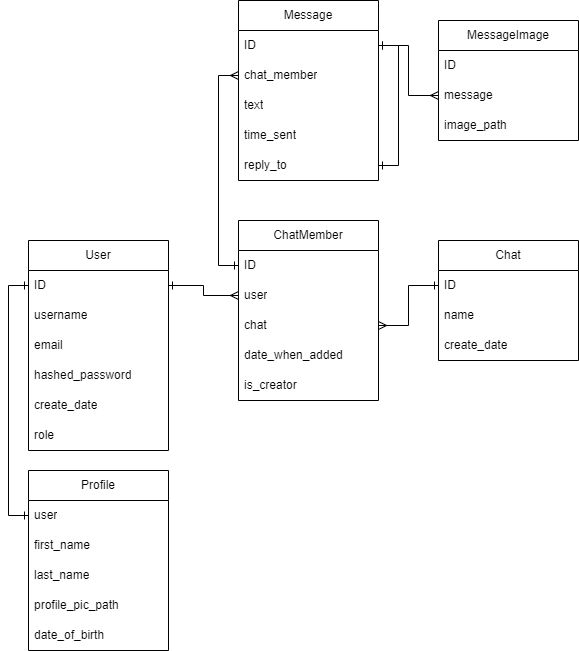
Before: docs/db.png, a diagram exported from draw.io (maciej185/chats). Source tidied: cells renumbered, new cells last; positions are measured from the earlier drawing's top-left corner, leaving out a move shared by most shapes. Source of this version:
```xml
<mxGraphModel background="#ffffff">
  <root>
    <mxCell id="0" />
    <mxCell id="1" parent="0" />
    <mxCell id="2" value="User" style="swimlane;fontStyle=0;horizontal=1;startSize=30;whiteSpace=wrap;html=1;" parent="1" vertex="1">
      <mxGeometry y="240" width="140" height="210" as="geometry" />
    </mxCell>
    <mxCell id="3" value="ID" style="text;strokeColor=none;fillColor=none;align=left;verticalAlign=middle;spacingLeft=4;spacingRight=4;overflow=hidden;points=[[0,0.5],[1,0.5]];portConstraint=eastwest;whiteSpace=wrap;html=1;" parent="2" vertex="1">
      <mxGeometry y="30" width="140" height="30" as="geometry" />
    </mxCell>
    <mxCell id="4" value="username" style="text;strokeColor=none;fillColor=none;align=left;verticalAlign=middle;spacingLeft=4;spacingRight=4;overflow=hidden;whiteSpace=wrap;html=1;" parent="2" vertex="1">
      <mxGeometry y="60" width="140" height="30" as="geometry" />
    </mxCell>
    <mxCell id="5" value="email" style="text;strokeColor=none;fillColor=none;align=left;verticalAlign=middle;spacingLeft=4;spacingRight=4;overflow=hidden;whiteSpace=wrap;html=1;" parent="2" vertex="1">
      <mxGeometry y="90" width="140" height="30" as="geometry" />
    </mxCell>
    <mxCell id="6" value="hashed_password" style="text;strokeColor=none;fillColor=none;align=left;verticalAlign=middle;spacingLeft=4;spacingRight=4;overflow=hidden;whiteSpace=wrap;html=1;" parent="2" vertex="1">
      <mxGeometry y="120" width="140" height="30" as="geometry" />
    </mxCell>
    <mxCell id="7" value="create_date" style="text;strokeColor=none;fillColor=none;align=left;verticalAlign=middle;spacingLeft=4;spacingRight=4;overflow=hidden;whiteSpace=wrap;html=1;" parent="2" vertex="1">
      <mxGeometry y="150" width="140" height="30" as="geometry" />
    </mxCell>
    <mxCell id="8" value="role" style="text;strokeColor=none;fillColor=none;align=left;verticalAlign=middle;spacingLeft=4;spacingRight=4;overflow=hidden;whiteSpace=wrap;html=1;" parent="2" vertex="1">
      <mxGeometry y="180" width="140" height="30" as="geometry" />
    </mxCell>
    <mxCell id="9" value="Profile" style="swimlane;fontStyle=0;horizontal=1;startSize=30;whiteSpace=wrap;html=1;" parent="1" vertex="1">
      <mxGeometry y="470" width="140" height="180" as="geometry" />
    </mxCell>
    <mxCell id="10" value="user" style="text;strokeColor=none;fillColor=none;align=left;verticalAlign=middle;spacingLeft=4;spacingRight=4;overflow=hidden;points=[[0,0.5],[1,0.5]];portConstraint=eastwest;whiteSpace=wrap;html=1;" parent="9" vertex="1">
      <mxGeometry y="30" width="140" height="30" as="geometry" />
    </mxCell>
    <mxCell id="11" value="first_name" style="text;strokeColor=none;fillColor=none;align=left;verticalAlign=middle;spacingLeft=4;spacingRight=4;overflow=hidden;whiteSpace=wrap;html=1;" parent="9" vertex="1">
      <mxGeometry y="60" width="140" height="30" as="geometry" />
    </mxCell>
    <mxCell id="12" value="last_name" style="text;strokeColor=none;fillColor=none;align=left;verticalAlign=middle;spacingLeft=4;spacingRight=4;overflow=hidden;whiteSpace=wrap;html=1;" parent="9" vertex="1">
      <mxGeometry y="90" width="140" height="30" as="geometry" />
    </mxCell>
    <mxCell id="13" value="profile_pic_path" style="text;strokeColor=none;fillColor=none;align=left;verticalAlign=middle;spacingLeft=4;spacingRight=4;overflow=hidden;whiteSpace=wrap;html=1;" parent="9" vertex="1">
      <mxGeometry y="120" width="140" height="30" as="geometry" />
    </mxCell>
    <mxCell id="14" value="date_of_birth" style="text;strokeColor=none;fillColor=none;align=left;verticalAlign=middle;spacingLeft=4;spacingRight=4;overflow=hidden;whiteSpace=wrap;html=1;" parent="9" vertex="1">
      <mxGeometry y="150" width="140" height="30" as="geometry" />
    </mxCell>
    <mxCell id="15" style="edgeStyle=orthogonalEdgeStyle;rounded=0;jettySize=auto;html=1;exitX=0;exitY=0.5;exitDx=0;exitDy=0;entryX=0;entryY=0.5;entryDx=0;entryDy=0;startArrow=ERone;startFill=0;endArrow=ERone;endFill=0;" parent="1" edge="1" source="3" target="10">
      <mxGeometry relative="1" as="geometry" />
    </mxCell>
    <mxCell id="16" value="Chat" style="swimlane;fontStyle=0;horizontal=1;startSize=30;whiteSpace=wrap;html=1;" parent="1" vertex="1">
      <mxGeometry x="410" y="240" width="140" height="120" as="geometry" />
    </mxCell>
    <mxCell id="17" value="ID" style="text;strokeColor=none;fillColor=none;align=left;verticalAlign=middle;spacingLeft=4;spacingRight=4;overflow=hidden;points=[[0,0.5],[1,0.5]];portConstraint=eastwest;whiteSpace=wrap;html=1;" parent="16" vertex="1">
      <mxGeometry y="30" width="140" height="30" as="geometry" />
    </mxCell>
    <mxCell id="18" value="name" style="text;strokeColor=none;fillColor=none;align=left;verticalAlign=middle;spacingLeft=4;spacingRight=4;overflow=hidden;whiteSpace=wrap;html=1;" parent="16" vertex="1">
      <mxGeometry y="60" width="140" height="30" as="geometry" />
    </mxCell>
    <mxCell id="19" value="&lt;div&gt;&lt;span style=&quot;background-color: initial;&quot;&gt;create_date&lt;/span&gt;&lt;br&gt;&lt;/div&gt;" style="text;strokeColor=none;fillColor=none;align=left;verticalAlign=middle;spacingLeft=4;spacingRight=4;overflow=hidden;whiteSpace=wrap;html=1;" parent="16" vertex="1">
      <mxGeometry y="90" width="140" height="30" as="geometry" />
    </mxCell>
    <mxCell id="20" style="edgeStyle=orthogonalEdgeStyle;rounded=0;jettySize=auto;html=1;exitX=0;exitY=0.25;exitDx=0;exitDy=0;entryX=0;entryY=0.5;entryDx=0;entryDy=0;startArrow=ERone;startFill=0;endArrow=ERmany;endFill=0;" parent="1" edge="1" source="21" target="31">
      <mxGeometry relative="1" as="geometry" />
    </mxCell>
    <mxCell id="21" value="ChatMember" style="swimlane;fontStyle=0;horizontal=1;startSize=30;whiteSpace=wrap;html=1;" parent="1" vertex="1">
      <mxGeometry x="210" y="220" width="140" height="180" as="geometry" />
    </mxCell>
    <mxCell id="22" value="ID" style="text;strokeColor=none;fillColor=none;align=left;verticalAlign=middle;spacingLeft=4;spacingRight=4;overflow=hidden;whiteSpace=wrap;html=1;" parent="21" vertex="1">
      <mxGeometry y="30" width="140" height="30" as="geometry" />
    </mxCell>
    <mxCell id="23" value="user" style="text;strokeColor=none;fillColor=none;align=left;verticalAlign=middle;spacingLeft=4;spacingRight=4;overflow=hidden;points=[[0,0.5],[1,0.5]];portConstraint=eastwest;whiteSpace=wrap;html=1;" parent="21" vertex="1">
      <mxGeometry y="60" width="140" height="30" as="geometry" />
    </mxCell>
    <mxCell id="24" value="chat" style="text;strokeColor=none;fillColor=none;align=left;verticalAlign=middle;spacingLeft=4;spacingRight=4;overflow=hidden;points=[[0,0.5],[1,0.5]];portConstraint=eastwest;whiteSpace=wrap;html=1;" parent="21" vertex="1">
      <mxGeometry y="90" width="140" height="30" as="geometry" />
    </mxCell>
    <mxCell id="25" value="date_when_added" style="text;strokeColor=none;fillColor=none;align=left;verticalAlign=middle;spacingLeft=4;spacingRight=4;overflow=hidden;whiteSpace=wrap;html=1;" parent="21" vertex="1">
      <mxGeometry y="120" width="140" height="30" as="geometry" />
    </mxCell>
    <mxCell id="26" value="is_creator" style="text;strokeColor=none;fillColor=none;align=left;verticalAlign=middle;spacingLeft=4;spacingRight=4;overflow=hidden;whiteSpace=wrap;html=1;" parent="21" vertex="1">
      <mxGeometry y="150" width="140" height="30" as="geometry" />
    </mxCell>
    <mxCell id="27" style="edgeStyle=orthogonalEdgeStyle;rounded=0;jettySize=auto;html=1;exitX=1;exitY=0.5;exitDx=0;exitDy=0;entryX=0;entryY=0.5;entryDx=0;entryDy=0;startArrow=ERone;startFill=0;endArrow=ERmany;endFill=0;" parent="1" edge="1" source="3" target="23">
      <mxGeometry relative="1" as="geometry" />
    </mxCell>
    <mxCell id="28" style="edgeStyle=orthogonalEdgeStyle;rounded=0;jettySize=auto;html=1;exitX=0;exitY=0.5;exitDx=0;exitDy=0;entryX=1;entryY=0.5;entryDx=0;entryDy=0;startArrow=ERone;startFill=0;endArrow=ERmany;endFill=0;" parent="1" edge="1" source="17" target="24">
      <mxGeometry relative="1" as="geometry" />
    </mxCell>
    <mxCell id="29" value="Message" style="swimlane;fontStyle=0;horizontal=1;startSize=30;whiteSpace=wrap;html=1;" parent="1" vertex="1">
      <mxGeometry x="210" width="140" height="180" as="geometry" />
    </mxCell>
    <mxCell id="30" value="ID" style="text;strokeColor=none;fillColor=none;align=left;verticalAlign=middle;spacingLeft=4;spacingRight=4;overflow=hidden;points=[[0,0.5],[1,0.5]];portConstraint=eastwest;whiteSpace=wrap;html=1;" parent="29" vertex="1">
      <mxGeometry y="30" width="140" height="30" as="geometry" />
    </mxCell>
    <mxCell id="31" value="chat_member" style="text;strokeColor=none;fillColor=none;align=left;verticalAlign=middle;spacingLeft=4;spacingRight=4;overflow=hidden;points=[[0,0.5],[1,0.5]];portConstraint=eastwest;whiteSpace=wrap;html=1;" parent="29" vertex="1">
      <mxGeometry y="60" width="140" height="30" as="geometry" />
    </mxCell>
    <mxCell id="32" value="text" style="text;strokeColor=none;fillColor=none;align=left;verticalAlign=middle;spacingLeft=4;spacingRight=4;overflow=hidden;whiteSpace=wrap;html=1;" parent="29" vertex="1">
      <mxGeometry y="90" width="140" height="30" as="geometry" />
    </mxCell>
    <mxCell id="33" value="time_sent" style="text;strokeColor=none;fillColor=none;align=left;verticalAlign=middle;spacingLeft=4;spacingRight=4;overflow=hidden;whiteSpace=wrap;html=1;" parent="29" vertex="1">
      <mxGeometry y="120" width="140" height="30" as="geometry" />
    </mxCell>
    <mxCell id="34" style="edgeStyle=orthogonalEdgeStyle;rounded=0;jettySize=auto;html=1;exitX=1;exitY=0.5;exitDx=0;exitDy=0;entryX=1;entryY=0.5;entryDx=0;entryDy=0;startArrow=ERone;startFill=0;endArrow=ERone;endFill=0;" parent="29" edge="1" source="35" target="30">
      <mxGeometry relative="1" as="geometry" />
    </mxCell>
    <mxCell id="35" value="reply_to" style="text;strokeColor=none;fillColor=none;align=left;verticalAlign=middle;spacingLeft=4;spacingRight=4;overflow=hidden;points=[[0,0.5],[1,0.5]];portConstraint=eastwest;whiteSpace=wrap;html=1;" parent="29" vertex="1">
      <mxGeometry y="150" width="140" height="30" as="geometry" />
    </mxCell>
    <mxCell id="36" value="MessageImage" style="swimlane;fontStyle=0;horizontal=1;startSize=30;whiteSpace=wrap;html=1;" parent="1" vertex="1">
      <mxGeometry x="410" y="20" width="140" height="120" as="geometry" />
    </mxCell>
    <mxCell id="37" value="ID" style="text;strokeColor=none;fillColor=none;align=left;verticalAlign=middle;spacingLeft=4;spacingRight=4;overflow=hidden;whiteSpace=wrap;html=1;" parent="36" vertex="1">
      <mxGeometry y="30" width="140" height="30" as="geometry" />
    </mxCell>
    <mxCell id="38" value="message" style="text;strokeColor=none;fillColor=none;align=left;verticalAlign=middle;spacingLeft=4;spacingRight=4;overflow=hidden;points=[[0,0.5],[1,0.5]];portConstraint=eastwest;whiteSpace=wrap;html=1;" parent="36" vertex="1">
      <mxGeometry y="60" width="140" height="30" as="geometry" />
    </mxCell>
    <mxCell id="39" value="image_path" style="text;strokeColor=none;fillColor=none;align=left;verticalAlign=middle;spacingLeft=4;spacingRight=4;overflow=hidden;whiteSpace=wrap;html=1;" parent="36" vertex="1">
      <mxGeometry y="90" width="140" height="30" as="geometry" />
    </mxCell>
    <mxCell id="40" style="edgeStyle=orthogonalEdgeStyle;rounded=0;jettySize=auto;html=1;exitX=1;exitY=0.5;exitDx=0;exitDy=0;entryX=0;entryY=0.5;entryDx=0;entryDy=0;startArrow=ERone;startFill=0;endArrow=ERmany;endFill=0;" parent="1" edge="1" source="30" target="38">
      <mxGeometry relative="1" as="geometry" />
    </mxCell>
  </root>
</mxGraphModel>
```
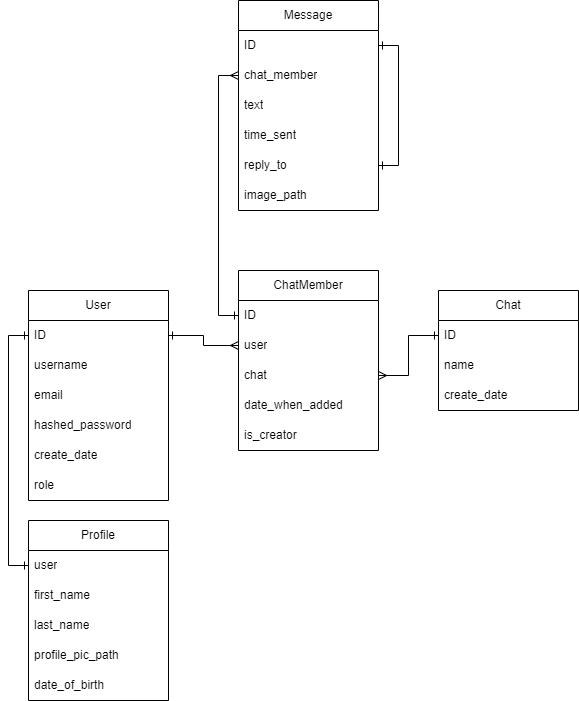
After the commit.

Commit message:
Change the DB schema - delete message_images table, add image_path column to images table. Adjust pydantic models and CRUD operartions.

Diff of the diagram source:
```diff
@@ -84,7 +84,7 @@
       <mxGeometry relative="1" as="geometry" />
     </mxCell>
     <mxCell id="29" value="Message" style="swimlane;fontStyle=0;horizontal=1;startSize=30;whiteSpace=wrap;html=1;" parent="1" vertex="1">
-      <mxGeometry x="210" width="140" height="180" as="geometry" />
+      <mxGeometry x="210" y="-50" width="140" height="210" as="geometry" />
     </mxCell>
     <mxCell id="30" value="ID" style="text;strokeColor=none;fillColor=none;align=left;verticalAlign=middle;spacingLeft=4;spacingRight=4;overflow=hidden;points=[[0,0.5],[1,0.5]];portConstraint=eastwest;whiteSpace=wrap;html=1;" parent="29" vertex="1">
       <mxGeometry y="30" width="140" height="30" as="geometry" />
@@ -104,20 +104,8 @@
     <mxCell id="35" value="reply_to" style="text;strokeColor=none;fillColor=none;align=left;verticalAlign=middle;spacingLeft=4;spacingRight=4;overflow=hidden;points=[[0,0.5],[1,0.5]];portConstraint=eastwest;whiteSpace=wrap;html=1;" parent="29" vertex="1">
       <mxGeometry y="150" width="140" height="30" as="geometry" />
     </mxCell>
-    <mxCell id="36" value="MessageImage" style="swimlane;fontStyle=0;horizontal=1;startSize=30;whiteSpace=wrap;html=1;" parent="1" vertex="1">
-      <mxGeometry x="410" y="20" width="140" height="120" as="geometry" />
-    </mxCell>
-    <mxCell id="37" value="ID" style="text;strokeColor=none;fillColor=none;align=left;verticalAlign=middle;spacingLeft=4;spacingRight=4;overflow=hidden;whiteSpace=wrap;html=1;" parent="36" vertex="1">
-      <mxGeometry y="30" width="140" height="30" as="geometry" />
-    </mxCell>
-    <mxCell id="38" value="message" style="text;strokeColor=none;fillColor=none;align=left;verticalAlign=middle;spacingLeft=4;spacingRight=4;overflow=hidden;points=[[0,0.5],[1,0.5]];portConstraint=eastwest;whiteSpace=wrap;html=1;" parent="36" vertex="1">
-      <mxGeometry y="60" width="140" height="30" as="geometry" />
-    </mxCell>
-    <mxCell id="39" value="image_path" style="text;strokeColor=none;fillColor=none;align=left;verticalAlign=middle;spacingLeft=4;spacingRight=4;overflow=hidden;whiteSpace=wrap;html=1;" parent="36" vertex="1">
-      <mxGeometry y="90" width="140" height="30" as="geometry" />
+    <mxCell id="39" value="image_path" style="text;strokeColor=none;fillColor=none;align=left;verticalAlign=middle;spacingLeft=4;spacingRight=4;overflow=hidden;whiteSpace=wrap;html=1;" parent="29" vertex="1">
+      <mxGeometry y="180" width="140" height="30" as="geometry" />
     </mxCell>
-    <mxCell id="40" style="edgeStyle=orthogonalEdgeStyle;rounded=0;jettySize=auto;html=1;exitX=1;exitY=0.5;exitDx=0;exitDy=0;entryX=0;entryY=0.5;entryDx=0;entryDy=0;startArrow=ERone;startFill=0;endArrow=ERmany;endFill=0;" parent="1" edge="1" source="30" target="38">
-      <mxGeometry relative="1" as="geometry" />
-    </mxCell>
   </root>
 </mxGraphModel>
```
